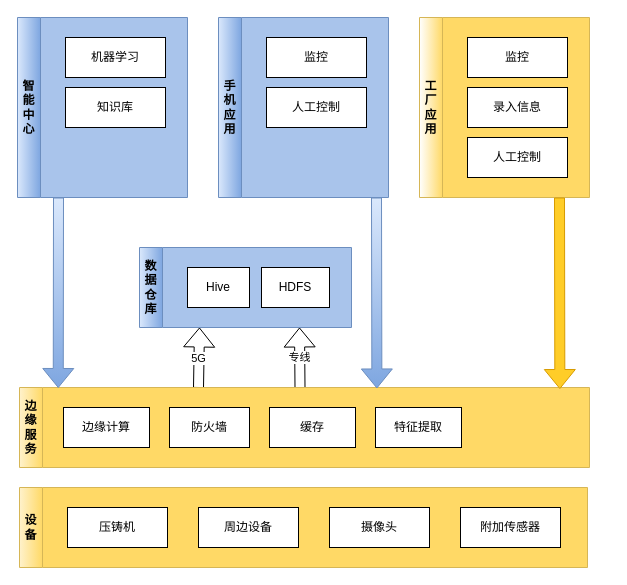
This is page "整体架构" (1 of 2) of cast.drawio from yinrong/store-draw, a draw.io file, before an edit. Source tidied: cells renumbered, new cells numbered last; positions are measured from the earlier drawing's top-left corner, leaving out a move shared by most shapes. Both pictures are drawn from the tidied source at 100%, with x=0, y=0 at pixel (17, 17).
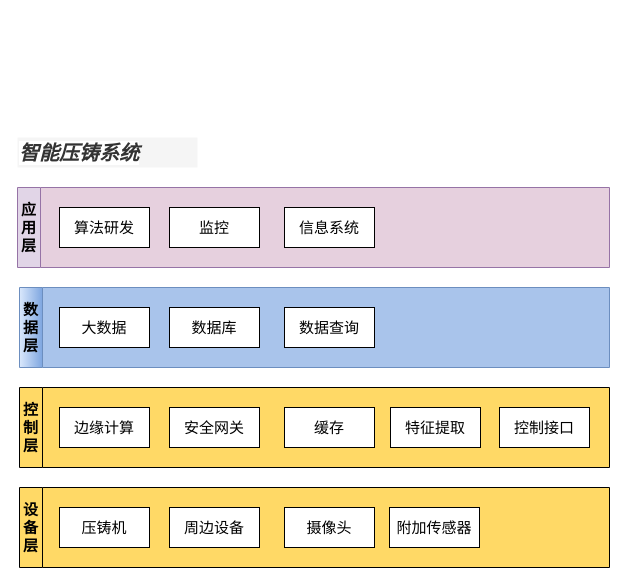
The same page after the edit.

The edit, as a diff of the source:
```diff
@@
-    <mxCell id="2" value="设备" style="swimlane;html=0;direction=north;whiteSpace=wrap;swimlaneFillColor=#FFD966;fillColor=#fff2cc;strokeColor=#d6b656;gradientColor=#ffd966;" parent="1" vertex="1">
-      <mxGeometry x="2" y="470" width="568" height="80" as="geometry" />
+    <mxCell id="2" value="设备层" style="swimlane;html=0;direction=north;whiteSpace=wrap;swimlaneFillColor=#FFD966;fontSize=15;fillColor=#FFD966;" parent="1" vertex="1">
+      <mxGeometry x="2" y="470" width="590" height="80" as="geometry" />
     </mxCell>
-    <mxCell id="3" value="压铸机" style="whiteSpace=wrap;html=1;" parent="2" vertex="1">
-      <mxGeometry x="48" y="20" width="100" height="40" as="geometry" />
+    <mxCell id="3" value="压铸机" style="whiteSpace=wrap;html=1;fontSize=15;" parent="2" vertex="1">
+      <mxGeometry x="40" y="20" width="90" height="40" as="geometry" />
     </mxCell>
-    <mxCell id="4" value="周边设备" style="whiteSpace=wrap;html=1;" parent="2" vertex="1">
-      <mxGeometry x="179" y="20" width="100" height="40" as="geometry" />
+    <mxCell id="4" value="周边设备" style="whiteSpace=wrap;html=1;fontSize=15;" parent="2" vertex="1">
+      <mxGeometry x="150" y="20" width="90" height="40" as="geometry" />
     </mxCell>
-    <mxCell id="5" value="摄像头" style="whiteSpace=wrap;html=1;" parent="2" vertex="1">
-      <mxGeometry x="310" y="20" width="100" height="40" as="geometry" />
+    <mxCell id="5" value="摄像头" style="whiteSpace=wrap;html=1;fontSize=15;" parent="2" vertex="1">
+      <mxGeometry x="265" y="20" width="90" height="40" as="geometry" />
     </mxCell>
-    <mxCell id="6" value="附加传感器" style="whiteSpace=wrap;html=1;" parent="2" vertex="1">
-      <mxGeometry x="441" y="20" width="100" height="40" as="geometry" />
+    <mxCell id="6" value="附加传感器" style="whiteSpace=wrap;html=1;fontSize=15;" parent="2" vertex="1">
+      <mxGeometry x="370" y="20" width="90" height="40" as="geometry" />
     </mxCell>
-    <mxCell id="7" value="数据仓库" style="swimlane;html=0;direction=north;whiteSpace=wrap;fillColor=#dae8fc;gradientColor=#7ea6e0;strokeColor=#6c8ebf;swimlaneFillColor=#A9C4EB;" parent="1" vertex="1">
-      <mxGeometry x="122" y="230" width="212" height="80" as="geometry" />
+    <mxCell id="7" value="数据层" style="swimlane;html=0;direction=north;whiteSpace=wrap;fillColor=#dae8fc;gradientColor=#7ea6e0;strokeColor=#6c8ebf;swimlaneFillColor=#A9C4EB;fontSize=15;" parent="1" vertex="1">
+      <mxGeometry x="2" y="270" width="590" height="80" as="geometry" />
     </mxCell>
-    <mxCell id="8" value="Hive" style="whiteSpace=wrap;html=1;" parent="7" vertex="1">
-      <mxGeometry x="48" y="20" width="62" height="40" as="geometry" />
+    <mxCell id="8" value="大数据" style="whiteSpace=wrap;html=1;fontSize=15;" parent="7" vertex="1">
+      <mxGeometry x="40" y="20" width="90" height="40" as="geometry" />
     </mxCell>
-    <mxCell id="9" value="HDFS" style="whiteSpace=wrap;html=1;" parent="7" vertex="1">
-      <mxGeometry x="122" y="20" width="68" height="40" as="geometry" />
+    <mxCell id="9" value="数据查询" style="whiteSpace=wrap;html=1;fontSize=15;" parent="7" vertex="1">
+      <mxGeometry x="265" y="20" width="90" height="40" as="geometry" />
     </mxCell>
-    <mxCell id="10" value="工厂应用" style="swimlane;html=0;direction=north;whiteSpace=wrap;swimlaneFillColor=#FFD966;fillColor=default;strokeColor=#d6b656;gradientColor=#ffd966;" parent="1" vertex="1">
-      <mxGeometry x="402" width="170" height="180" as="geometry" />
-    </mxCell>
-    <mxCell id="11" value="监控" style="whiteSpace=wrap;html=1;" parent="10" vertex="1">
-      <mxGeometry x="48" y="20" width="100" height="40" as="geometry" />
-    </mxCell>
-    <mxCell id="12" value="录入信息" style="whiteSpace=wrap;html=1;" parent="10" vertex="1">
-      <mxGeometry x="48" y="70" width="100" height="40" as="geometry" />
-    </mxCell>
-    <mxCell id="13" value="人工控制" style="whiteSpace=wrap;html=1;" parent="10" vertex="1">
-      <mxGeometry x="48" y="120" width="100" height="40" as="geometry" />
-    </mxCell>
-    <mxCell id="14" value="手机应用" style="swimlane;html=0;direction=north;whiteSpace=wrap;fillColor=#dae8fc;gradientColor=#7ea6e0;strokeColor=#6c8ebf;swimlaneFillColor=#A9C4EB;" parent="1" vertex="1">
-      <mxGeometry x="201" width="170" height="180" as="geometry" />
-    </mxCell>
-    <mxCell id="15" value="监控" style="whiteSpace=wrap;html=1;" parent="14" vertex="1">
-      <mxGeometry x="48" y="20" width="100" height="40" as="geometry" />
-    </mxCell>
-    <mxCell id="16" value="人工控制" style="whiteSpace=wrap;html=1;" parent="14" vertex="1">
-      <mxGeometry x="48" y="70" width="100" height="40" as="geometry" />
-    </mxCell>
-    <mxCell id="17" value="智能中心" style="swimlane;html=0;direction=north;whiteSpace=wrap;fillColor=#dae8fc;gradientColor=#7ea6e0;strokeColor=#6c8ebf;swimlaneFillColor=#A9C4EB;" parent="1" vertex="1">
-      <mxGeometry width="170" height="180" as="geometry" />
-    </mxCell>
-    <mxCell id="18" value="机器学习" style="whiteSpace=wrap;html=1;" parent="17" vertex="1">
-      <mxGeometry x="48" y="20" width="100" height="40" as="geometry" />
-    </mxCell>
-    <mxCell id="19" value="知识库" style="whiteSpace=wrap;html=1;" parent="17" vertex="1">
-      <mxGeometry x="48" y="70" width="100" height="40" as="geometry" />
-    </mxCell>
-    <mxCell id="20" value="专线" style="shape=flexArrow;endArrow=classic;html=1;rounded=0;exitX=0.988;exitY=0.355;exitDx=0;exitDy=0;exitPerimeter=0;" parent="1" edge="1">
-      <mxGeometry relative="1" as="geometry">
-        <mxPoint x="282.5" y="371" as="sourcePoint" />
-        <mxPoint x="282" y="310" as="targetPoint" />
-      </mxGeometry>
-    </mxCell>
-    <mxCell id="21" value="5G" style="shape=flexArrow;endArrow=classic;html=1;rounded=0;exitX=0.994;exitY=0.702;exitDx=0;exitDy=0;exitPerimeter=0;" parent="1" edge="1">
-      <mxGeometry relative="1" as="geometry">
-        <mxPoint x="181" y="370.5" as="sourcePoint" />
-        <mxPoint x="182" y="310" as="targetPoint" />
-      </mxGeometry>
-    </mxCell>
+    <mxCell id="30" value="数据库" style="whiteSpace=wrap;html=1;fontSize=15;" parent="7" vertex="1">
+      <mxGeometry x="150" y="20" width="90" height="40" as="geometry" />
+    </mxCell>
-    <mxCell id="22" value="边缘服务" style="swimlane;html=0;direction=north;whiteSpace=wrap;swimlaneFillColor=#FFD966;fillColor=#fff2cc;strokeColor=#d6b656;gradientColor=#ffd966;" parent="1" vertex="1">
-      <mxGeometry x="2" y="370" width="570" height="80" as="geometry" />
+    <mxCell id="22" value="控制层" style="swimlane;html=0;direction=north;whiteSpace=wrap;swimlaneFillColor=#FFD966;fontSize=15;fillColor=#FFD966;" parent="1" vertex="1">
+      <mxGeometry x="2" y="370" width="590" height="80" as="geometry" />
     </mxCell>
-    <mxCell id="23" value="防火墙" style="whiteSpace=wrap;html=1;" parent="22" vertex="1">
-      <mxGeometry x="150" y="20" width="80" height="40" as="geometry" />
+    <mxCell id="23" value="安全网关" style="whiteSpace=wrap;html=1;fontSize=15;" parent="22" vertex="1">
+      <mxGeometry x="150" y="20" width="90" height="40" as="geometry" />
     </mxCell>
-    <mxCell id="24" value="边缘计算" style="whiteSpace=wrap;html=1;" parent="22" vertex="1">
-      <mxGeometry x="44" y="20" width="86" height="40" as="geometry" />
+    <mxCell id="24" value="边缘计算" style="whiteSpace=wrap;html=1;fontSize=15;" parent="22" vertex="1">
+      <mxGeometry x="40" y="20" width="90" height="40" as="geometry" />
     </mxCell>
-    <mxCell id="25" value="缓存" style="whiteSpace=wrap;html=1;" parent="22" vertex="1">
-      <mxGeometry x="250" y="20" width="86" height="40" as="geometry" />
+    <mxCell id="25" value="缓存" style="whiteSpace=wrap;html=1;fontSize=15;" parent="22" vertex="1">
+      <mxGeometry x="265" y="20" width="90" height="40" as="geometry" />
     </mxCell>
-    <mxCell id="26" value="特征提取" style="whiteSpace=wrap;html=1;" parent="22" vertex="1">
-      <mxGeometry x="356" y="20" width="86" height="40" as="geometry" />
+    <mxCell id="26" value="特征提取" style="whiteSpace=wrap;html=1;fontSize=15;" parent="22" vertex="1">
+      <mxGeometry x="371" y="20" width="90" height="40" as="geometry" />
     </mxCell>
-    <mxCell id="27" style="shape=flexArrow;endArrow=classic;html=1;rounded=0;entryX=0.981;entryY=0.948;entryDx=0;entryDy=0;entryPerimeter=0;fillColor=#ffcd28;strokeColor=#d79b00;gradientColor=none;" parent="1" edge="1" target="22">
-      <mxGeometry relative="1" as="geometry">
-        <mxPoint x="542" y="180" as="sourcePoint" />
-      </mxGeometry>
-    </mxCell>
-    <mxCell id="28" style="shape=flexArrow;endArrow=classic;html=1;rounded=0;entryX=0.988;entryY=0.627;entryDx=0;entryDy=0;entryPerimeter=0;fillColor=#dae8fc;gradientColor=#7ea6e0;strokeColor=#6c8ebf;" parent="1" edge="1" target="22">
-      <mxGeometry relative="1" as="geometry">
-        <mxPoint x="359" y="180" as="sourcePoint" />
-      </mxGeometry>
-    </mxCell>
-    <mxCell id="29" style="shape=flexArrow;endArrow=classic;html=1;rounded=0;entryX=0.994;entryY=0.068;entryDx=0;entryDy=0;entryPerimeter=0;fillColor=#dae8fc;gradientColor=#7ea6e0;strokeColor=#6c8ebf;" parent="1" edge="1" target="22">
-      <mxGeometry relative="1" as="geometry">
-        <mxPoint x="41" y="180" as="sourcePoint" />
-      </mxGeometry>
-    </mxCell>
+    <mxCell id="31" value="控制接口" style="whiteSpace=wrap;html=1;fontSize=15;" parent="22" vertex="1">
+      <mxGeometry x="480" y="20" width="90" height="40" as="geometry" />
+    </mxCell>
+    <mxCell id="32" value="应用层" style="swimlane;html=0;direction=north;whiteSpace=wrap;fillColor=#e1d5e7;strokeColor=#9673a6;swimlaneFillColor=#E6D0DE;fontSize=15;" parent="1" vertex="1">
+      <mxGeometry y="170" width="592" height="80" as="geometry" />
+    </mxCell>
+    <mxCell id="15" value="监控" style="whiteSpace=wrap;html=1;fontSize=15;" parent="32" vertex="1">
+      <mxGeometry x="152" y="20" width="90" height="40" as="geometry" />
+    </mxCell>
+    <mxCell id="18" value="算法研发" style="whiteSpace=wrap;html=1;fontSize=15;" parent="32" vertex="1">
+      <mxGeometry x="42" y="20" width="90" height="40" as="geometry" />
+    </mxCell>
+    <mxCell id="33" value="信息系统" style="whiteSpace=wrap;html=1;fontSize=15;" parent="32" vertex="1">
+      <mxGeometry x="267" y="20" width="90" height="40" as="geometry" />
+    </mxCell>
+    <mxCell id="34" value="智能压铸系统" style="text;html=1;strokeColor=none;fillColor=#f5f5f5;align=left;verticalAlign=middle;whiteSpace=wrap;rounded=0;labelBackgroundColor=default;labelBorderColor=none;fontSize=20;fontColor=#333333;fontStyle=3;" parent="1" vertex="1">
+      <mxGeometry y="120" width="180" height="30" as="geometry" />
+    </mxCell>
```
